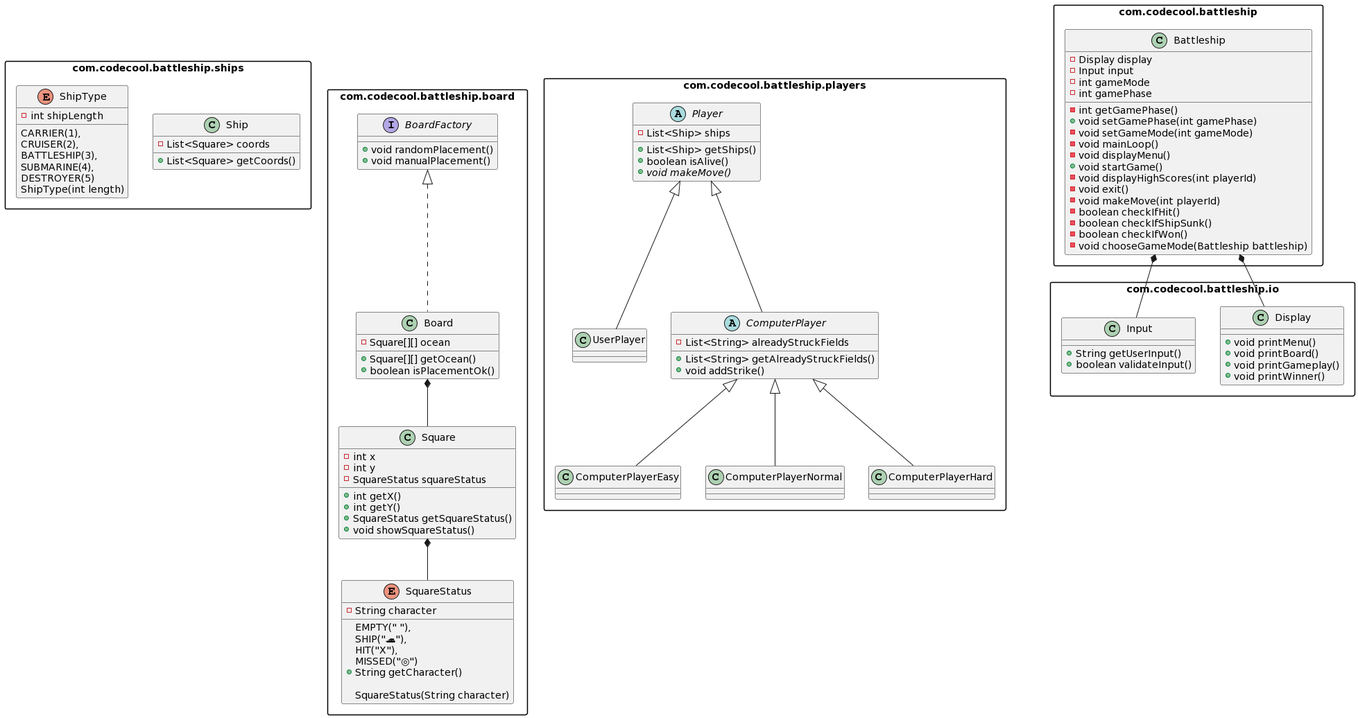
Above: uml.png in OchotaDariusz/Battleships-OOP (PlantUML), before the change.
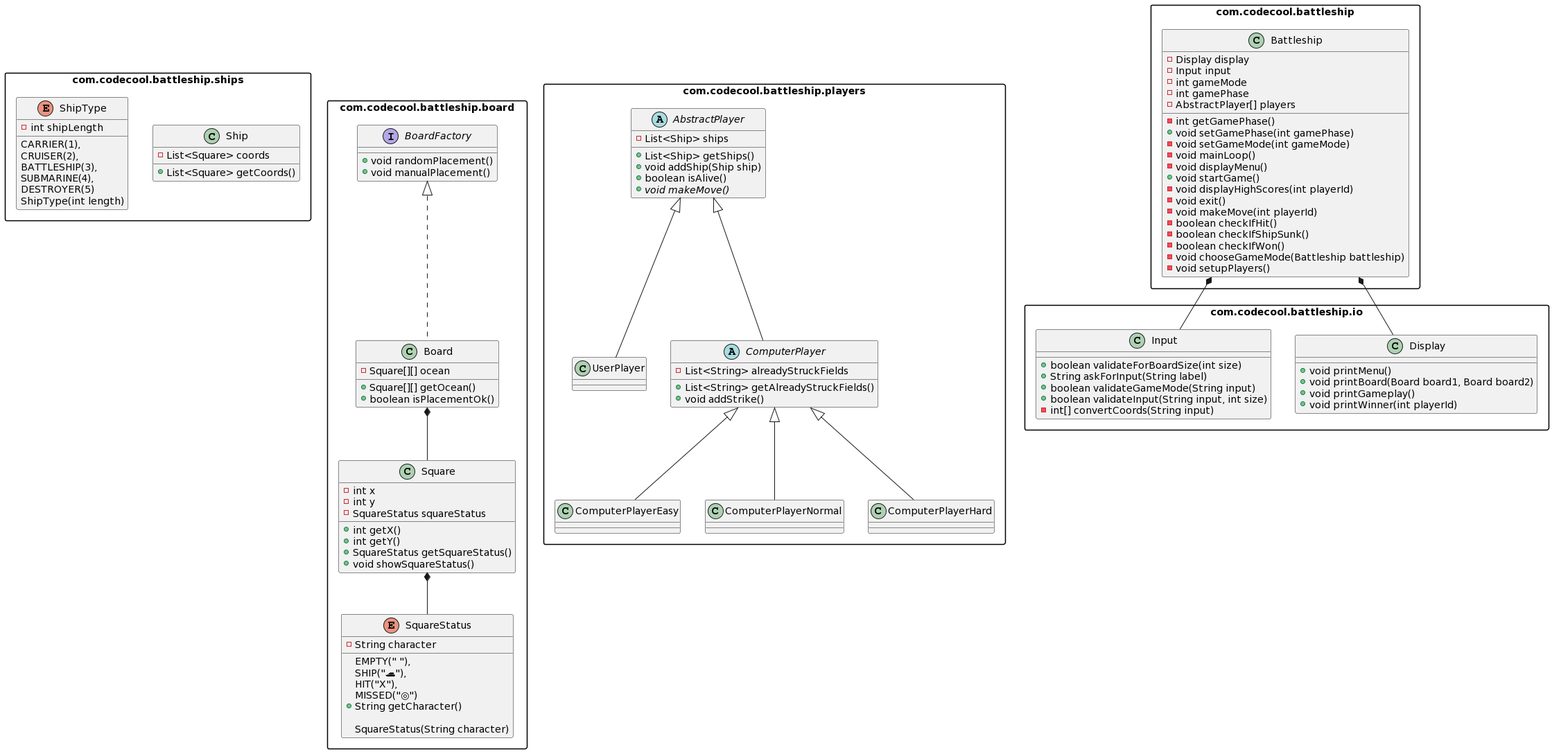
After the change.

Diff of the diagram source:
```diff
@@ -15,9 +15,9 @@
 }
 
 package com.codecool.battleship.players {
-  abstract class Player
-  class UserPlayer extends Player
-  abstract class ComputerPlayer extends Player
+  abstract class AbstractPlayer
+  class UserPlayer extends AbstractPlayer
+  abstract class ComputerPlayer extends AbstractPlayer
   class ComputerPlayerEasy extends ComputerPlayer
   class ComputerPlayerNormal extends ComputerPlayer
   class ComputerPlayerHard extends ComputerPlayer
@@ -40,6 +40,7 @@
   -int gameMode
   -int gamePhase
   -int getGamePhase()
+  -AbstractPlayer[] players
   +void setGamePhase(int gamePhase)
   -void setGameMode(int gameMode)
   -void mainLoop()
@@ -52,23 +53,28 @@
   -boolean checkIfShipSunk()
   -boolean checkIfWon()
   -void chooseGameMode(Battleship battleship)
+  -void setupPlayers()
 }
 
 class Display {
   +void printMenu()
-  +void printBoard()
+  +void printBoard(Board board1, Board board2)
   +void printGameplay()
-  +void printWinner()
+  +void printWinner(int playerId)
 }
 
 class Input {
-  +String getUserInput()
-  +boolean validateInput()
+  +boolean validateForBoardSize(int size)
+  +String askForInput(String label)
+  +boolean validateGameMode(String input)
+  +boolean validateInput(String input, int size)
+  -int[] convertCoords(String input)
 }
 
-abstract class Player {
+abstract class AbstractPlayer {
   -List<Ship> ships
   +List<Ship> getShips()
+  +void addShip(Ship ship)
   +boolean isAlive()
   +{abstract} void makeMove()
 }
```
